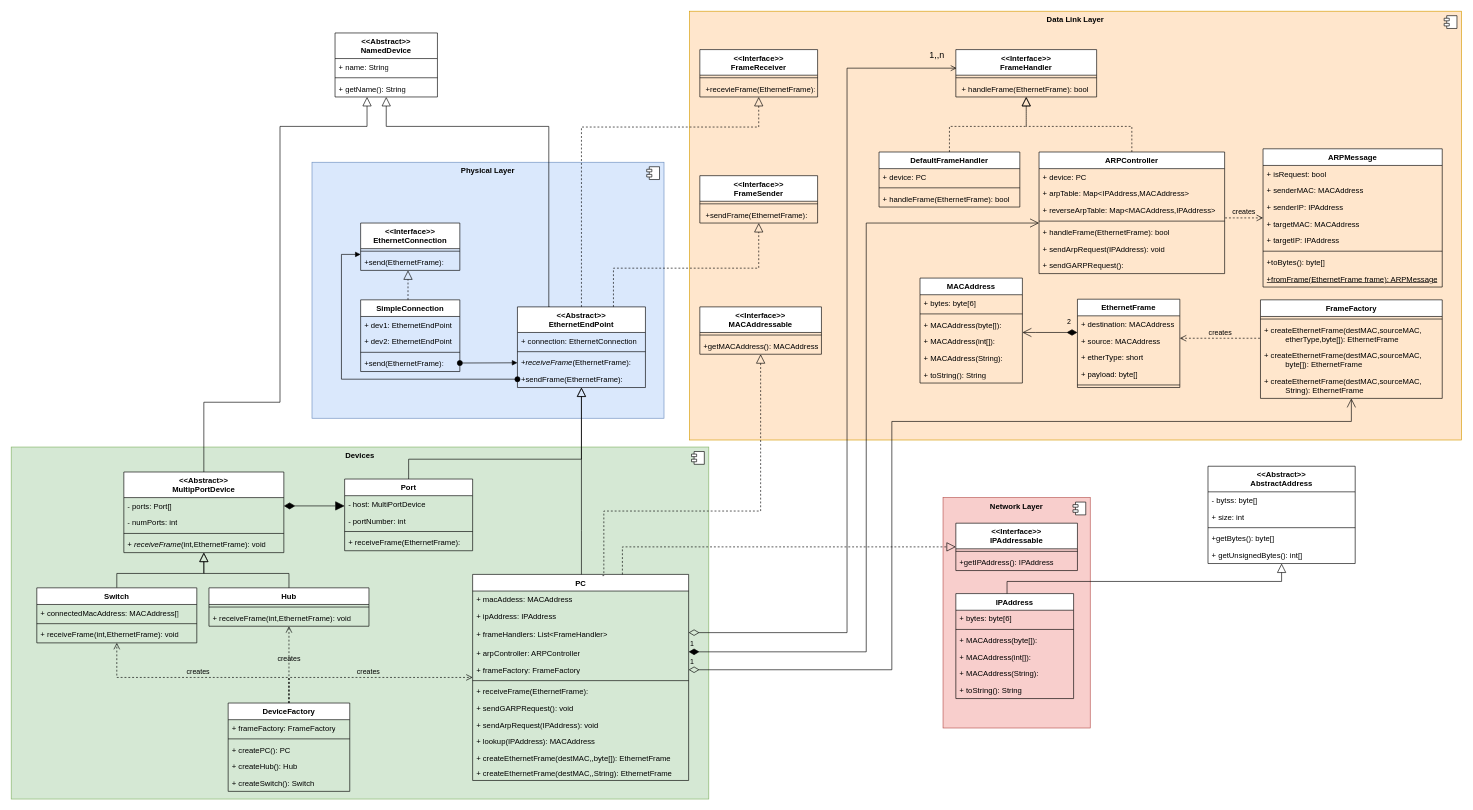
The draw.io diagram appliedprog/diagrams/week6.drawio in RichardMorris/TRUR3125-Applied-Programming-26-27, before the edit. Source tidied: cells renumbered, new cells numbered last; positions are measured from the earlier drawing's top-left corner, leaving out a move shared by most shapes. Both pictures are drawn from the tidied source at 64%, with x=0, y=0 at pixel (11, 11).
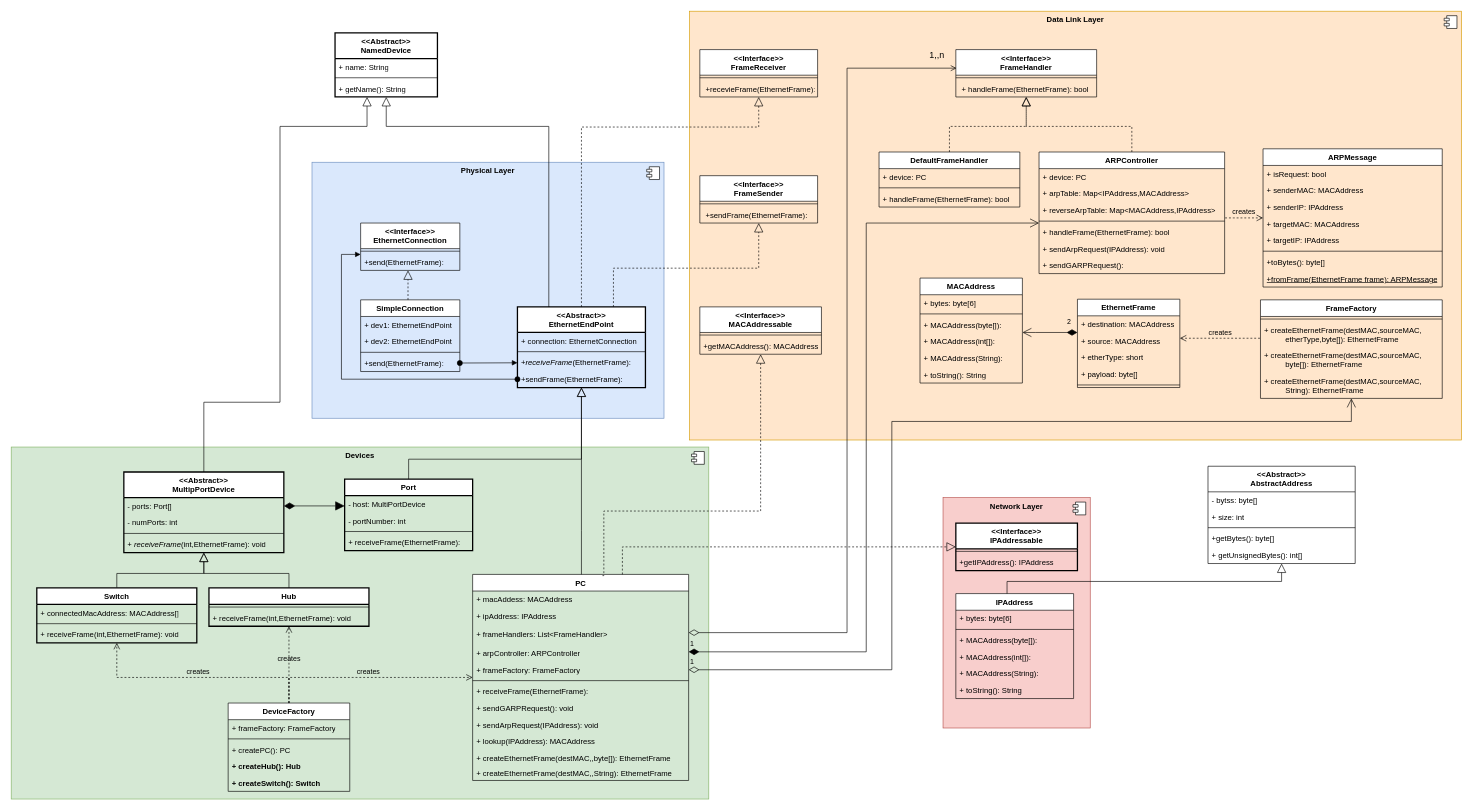
The same page after the edit.

Commit message:
bold new classes this week.

The change refers to these unchanged cells:
```xml
<mxCell id="75" value="DeviceFactory" style="swimlane;fontStyle=1;align=center;verticalAlign=top;horizontal=1;startSize=26;whiteSpace=wrap;html=1;" parent="1" vertex="1">
  <mxGeometry x="339" y="1081" width="190" height="138" as="geometry" />
</mxCell>
```

Diff of the diagram source:
```diff
@@
-    <mxCell id="79" value="+ createHub(): Hub" style="text;strokeColor=none;fillColor=none;align=left;verticalAlign=top;spacingLeft=4;spacingRight=4;overflow=hidden;whiteSpace=wrap;html=1;" parent="75" vertex="1">
+    <mxCell id="79" value="+ createHub(): Hub" style="text;strokeColor=none;fillColor=none;align=left;verticalAlign=top;spacingLeft=4;spacingRight=4;overflow=hidden;whiteSpace=wrap;html=1;fontStyle=1;" parent="75" vertex="1">
       <mxGeometry y="86" width="190" height="26" as="geometry" />
     </mxCell>
-    <mxCell id="80" value="+ createSwitch(): Switch" style="text;strokeColor=none;fillColor=none;align=left;verticalAlign=top;spacingLeft=4;spacingRight=4;overflow=hidden;whiteSpace=wrap;html=1;" parent="75" vertex="1">
+    <mxCell id="80" value="+ createSwitch(): Switch" style="text;strokeColor=none;fillColor=none;align=left;verticalAlign=top;spacingLeft=4;spacingRight=4;overflow=hidden;whiteSpace=wrap;html=1;fontStyle=1;" parent="75" vertex="1">
       <mxGeometry y="112" width="190" height="26" as="geometry" />
     </mxCell>
@@
-    <mxCell id="107" value="&amp;lt;&amp;lt;Abstract&amp;gt;&amp;gt;&lt;div&gt;EthernetEndPoint&lt;/div&gt;" style="swimlane;fontStyle=1;align=center;verticalAlign=top;horizontal=1;startSize=40;whiteSpace=wrap;html=1;" parent="1" vertex="1">
+    <mxCell id="107" value="&amp;lt;&amp;lt;Abstract&amp;gt;&amp;gt;&lt;div&gt;EthernetEndPoint&lt;/div&gt;" style="swimlane;fontStyle=1;align=center;verticalAlign=top;horizontal=1;startSize=40;whiteSpace=wrap;html=1;strokeWidth=2;" parent="1" vertex="1">
       <mxGeometry x="791" y="462" width="200" height="126" as="geometry" />
     </mxCell>
@@
-    <mxCell id="112" value="&amp;lt;&amp;lt;Abstract&amp;gt;&amp;gt;&lt;br&gt;NamedDevice" style="swimlane;fontStyle=1;align=center;verticalAlign=top;horizontal=1;startSize=40;whiteSpace=wrap;html=1;" parent="1" vertex="1">
+    <mxCell id="112" value="&amp;lt;&amp;lt;Abstract&amp;gt;&amp;gt;&lt;br&gt;NamedDevice" style="swimlane;fontStyle=1;align=center;verticalAlign=top;horizontal=1;startSize=40;whiteSpace=wrap;html=1;strokeWidth=2;" parent="1" vertex="1">
       <mxGeometry x="506" y="34" width="160" height="100" as="geometry" />
     </mxCell>
@@
-    <mxCell id="119" value="&amp;lt;&amp;lt;Interface&amp;gt;&amp;gt;&lt;div&gt;IPAddressable&lt;/div&gt;" style="swimlane;fontStyle=1;align=center;verticalAlign=top;horizontal=1;startSize=40;whiteSpace=wrap;html=1;" parent="1" vertex="1">
+    <mxCell id="119" value="&amp;lt;&amp;lt;Interface&amp;gt;&amp;gt;&lt;div&gt;IPAddressable&lt;/div&gt;" style="swimlane;fontStyle=1;align=center;verticalAlign=top;horizontal=1;startSize=40;whiteSpace=wrap;html=1;strokeWidth=2;" parent="1" vertex="1">
       <mxGeometry x="1476" y="800" width="190" height="74" as="geometry" />
     </mxCell>
@@
-    <mxCell id="126" value="Port" style="swimlane;fontStyle=1;align=center;verticalAlign=top;horizontal=1;startSize=26;whiteSpace=wrap;html=1;" parent="1" vertex="1">
+    <mxCell id="126" value="Port" style="swimlane;fontStyle=1;align=center;verticalAlign=top;horizontal=1;startSize=26;whiteSpace=wrap;html=1;strokeWidth=2;" parent="1" vertex="1">
       <mxGeometry x="521" y="731" width="200" height="112" as="geometry" />
     </mxCell>
@@
-    <mxCell id="132" value="&amp;lt;&amp;lt;Abstract&amp;gt;&amp;gt;&lt;div&gt;MultipPortDevice&lt;/div&gt;" style="swimlane;fontStyle=1;align=center;verticalAlign=top;horizontal=1;startSize=40;whiteSpace=wrap;html=1;" parent="1" vertex="1">
+    <mxCell id="132" value="&amp;lt;&amp;lt;Abstract&amp;gt;&amp;gt;&lt;div&gt;MultipPortDevice&lt;/div&gt;" style="swimlane;fontStyle=1;align=center;verticalAlign=top;horizontal=1;startSize=40;whiteSpace=wrap;html=1;strokeWidth=2;" parent="1" vertex="1">
       <mxGeometry x="176" y="720" width="250" height="126" as="geometry" />
     </mxCell>
@@
-    <mxCell id="137" value="Hub" style="swimlane;fontStyle=1;align=center;verticalAlign=top;horizontal=1;startSize=26;whiteSpace=wrap;html=1;" parent="1" vertex="1">
+    <mxCell id="137" value="Hub" style="swimlane;fontStyle=1;align=center;verticalAlign=top;horizontal=1;startSize=26;whiteSpace=wrap;html=1;strokeWidth=2;" parent="1" vertex="1">
       <mxGeometry x="309" y="901" width="250" height="60" as="geometry" />
     </mxCell>
@@
-    <mxCell id="141" value="Switch" style="swimlane;fontStyle=1;align=center;verticalAlign=top;horizontal=1;startSize=26;whiteSpace=wrap;html=1;" parent="1" vertex="1">
+    <mxCell id="141" value="Switch" style="swimlane;fontStyle=1;align=center;verticalAlign=top;horizontal=1;startSize=26;whiteSpace=wrap;html=1;strokeWidth=2;" parent="1" vertex="1">
       <mxGeometry x="40" y="901" width="250" height="86" as="geometry" />
     </mxCell>
```
